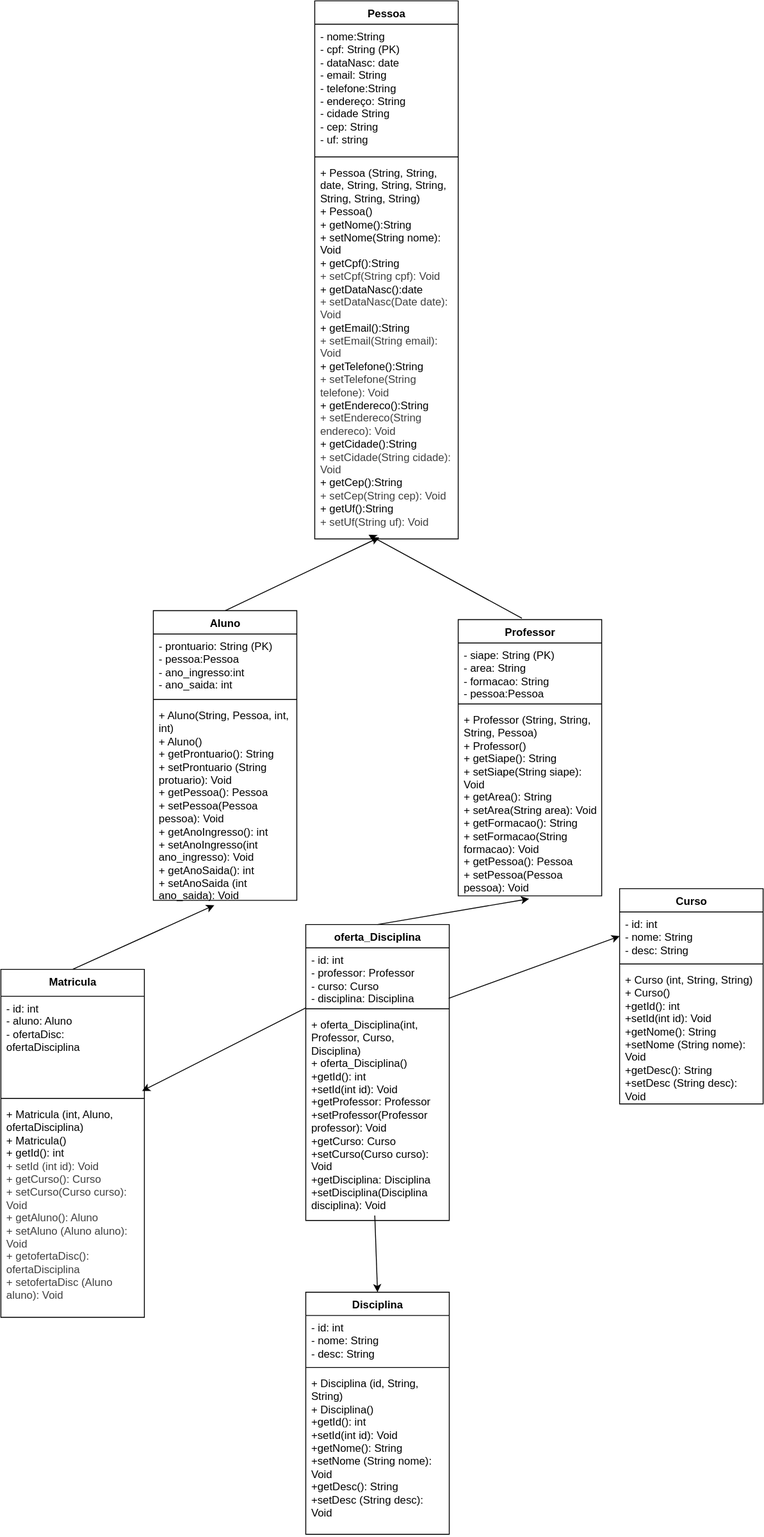
The draw.io diagram ProjetoWEB.svg in jumoonlight/faculdadeestrela, before a commit. Source tidied: cells renumbered, new cells last; positions are measured from the earlier drawing's top-left corner, leaving out a move shared by most shapes.
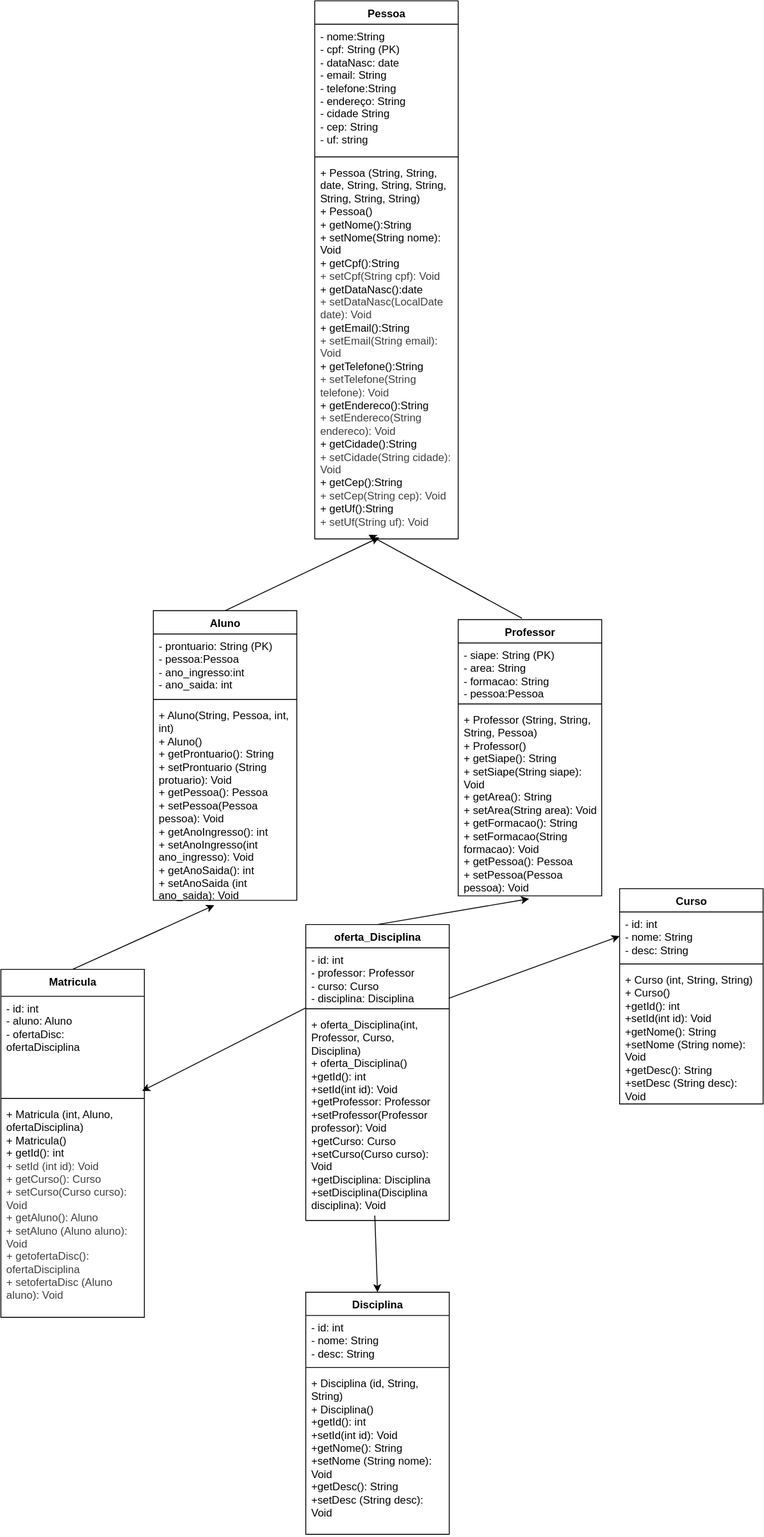
Later version of the same file.

The edit, as a diff of the source:
```diff
@@ -11,7 +11,7 @@
     <mxCell id="4" style="line;strokeWidth=1;fillColor=none;align=left;verticalAlign=middle;spacingTop=-1;spacingLeft=3;spacingRight=3;labelPosition=right;strokeColor=inherit;" parent="2" vertex="1">
       <mxGeometry y="170" width="160" height="8" as="geometry" />
     </mxCell>
-    <mxCell id="5" value="&lt;div&gt;+ Pessoa (String, String, date, String, String, String, String, String, String)&lt;/div&gt;&lt;div&gt;+ Pessoa()&lt;/div&gt;+ getNome():String&amp;nbsp;&lt;div&gt;+ setNome(String nome): Void&lt;/div&gt;&lt;div&gt;&lt;span style=&quot;color: rgb(0, 0, 0);&quot;&gt;+ getCpf():String&amp;nbsp;&lt;/span&gt;&lt;div style=&quot;color: rgb(63, 63, 63); scrollbar-color: rgb(226, 226, 226) rgb(251, 251, 251);&quot;&gt;+ setCpf(String cpf): Void&lt;/div&gt;&lt;/div&gt;&lt;div style=&quot;color: rgb(63, 63, 63); scrollbar-color: rgb(226, 226, 226) rgb(251, 251, 251);&quot;&gt;&lt;span style=&quot;color: rgb(0, 0, 0);&quot;&gt;+ getDataNasc():date&amp;nbsp;&lt;/span&gt;&lt;div style=&quot;color: rgb(63, 63, 63); scrollbar-color: rgb(226, 226, 226) rgb(251, 251, 251);&quot;&gt;+ setDataNasc(Date date): Void&lt;/div&gt;&lt;div style=&quot;color: rgb(63, 63, 63); scrollbar-color: rgb(226, 226, 226) rgb(251, 251, 251);&quot;&gt;&lt;span style=&quot;color: rgb(0, 0, 0);&quot;&gt;+ getEmail():String&lt;/span&gt;&lt;div style=&quot;color: rgb(63, 63, 63); scrollbar-color: rgb(226, 226, 226) rgb(251, 251, 251);&quot;&gt;+ setEmail(String email): Void&lt;/div&gt;&lt;div style=&quot;color: rgb(63, 63, 63); scrollbar-color: rgb(226, 226, 226) rgb(251, 251, 251);&quot;&gt;&lt;span style=&quot;color: rgb(0, 0, 0);&quot;&gt;+ getTelefone():String&amp;nbsp;&lt;/span&gt;&lt;div style=&quot;color: rgb(63, 63, 63); scrollbar-color: rgb(226, 226, 226) rgb(251, 251, 251);&quot;&gt;+ setTelefone(String telefone): Void&lt;/div&gt;&lt;div style=&quot;color: rgb(63, 63, 63); scrollbar-color: rgb(226, 226, 226) rgb(251, 251, 251);&quot;&gt;&lt;span style=&quot;color: rgb(0, 0, 0);&quot;&gt;+ getEndereco():String&amp;nbsp;&lt;/span&gt;&lt;div style=&quot;color: rgb(63, 63, 63); scrollbar-color: rgb(226, 226, 226) rgb(251, 251, 251);&quot;&gt;+ setEndereco(String endereco): Void&lt;/div&gt;&lt;div style=&quot;color: rgb(63, 63, 63); scrollbar-color: rgb(226, 226, 226) rgb(251, 251, 251);&quot;&gt;&lt;span style=&quot;color: rgb(0, 0, 0);&quot;&gt;+ getCidade():String&amp;nbsp;&lt;/span&gt;&lt;div style=&quot;color: rgb(63, 63, 63); scrollbar-color: rgb(226, 226, 226) rgb(251, 251, 251);&quot;&gt;+ setCidade(String cidade): Void&lt;/div&gt;&lt;div style=&quot;color: rgb(63, 63, 63); scrollbar-color: rgb(226, 226, 226) rgb(251, 251, 251);&quot;&gt;&lt;span style=&quot;color: rgb(0, 0, 0);&quot;&gt;+ getCep():String&amp;nbsp;&lt;/span&gt;&lt;div style=&quot;color: rgb(63, 63, 63); scrollbar-color: rgb(226, 226, 226) rgb(251, 251, 251);&quot;&gt;+ setCep(String cep): Void&lt;/div&gt;&lt;div style=&quot;color: rgb(63, 63, 63); scrollbar-color: rgb(226, 226, 226) rgb(251, 251, 251);&quot;&gt;&lt;span style=&quot;color: rgb(0, 0, 0);&quot;&gt;+ getUf():String&amp;nbsp;&lt;/span&gt;&lt;div style=&quot;color: rgb(63, 63, 63); scrollbar-color: rgb(226, 226, 226) rgb(251, 251, 251);&quot;&gt;+ setUf(String uf): Void&lt;/div&gt;&lt;div style=&quot;color: rgb(63, 63, 63); scrollbar-color: rgb(226, 226, 226) rgb(251, 251, 251);&quot;&gt;&lt;br&gt;&lt;/div&gt;&lt;/div&gt;&lt;div style=&quot;color: rgb(63, 63, 63); scrollbar-color: rgb(226, 226, 226) rgb(251, 251, 251);&quot;&gt;&lt;br&gt;&lt;/div&gt;&lt;/div&gt;&lt;/div&gt;&lt;div style=&quot;color: rgb(63, 63, 63); scrollbar-color: rgb(226, 226, 226) rgb(251, 251, 251);&quot;&gt;&lt;br&gt;&lt;/div&gt;&lt;/div&gt;&lt;div style=&quot;color: rgb(63, 63, 63); scrollbar-color: rgb(226, 226, 226) rgb(251, 251, 251);&quot;&gt;&lt;br&gt;&lt;/div&gt;&lt;/div&gt;&lt;/div&gt;&lt;/div&gt;" style="text;strokeColor=none;fillColor=none;align=left;verticalAlign=top;spacingLeft=4;spacingRight=4;overflow=hidden;points=[[0,0.5],[1,0.5]];portConstraint=eastwest;whiteSpace=wrap;html=1;" parent="2" vertex="1">
+    <mxCell id="5" value="&lt;div&gt;+ Pessoa (String, String, date, String, String, String, String, String, String)&lt;/div&gt;&lt;div&gt;+ Pessoa()&lt;/div&gt;+ getNome():String&amp;nbsp;&lt;div&gt;+ setNome(String nome): Void&lt;/div&gt;&lt;div&gt;&lt;span style=&quot;color: rgb(0, 0, 0);&quot;&gt;+ getCpf():String&amp;nbsp;&lt;/span&gt;&lt;div style=&quot;color: rgb(63, 63, 63); scrollbar-color: rgb(226, 226, 226) rgb(251, 251, 251);&quot;&gt;+ setCpf(String cpf): Void&lt;/div&gt;&lt;/div&gt;&lt;div style=&quot;color: rgb(63, 63, 63); scrollbar-color: rgb(226, 226, 226) rgb(251, 251, 251);&quot;&gt;&lt;span style=&quot;color: rgb(0, 0, 0);&quot;&gt;+ getDataNasc():date&amp;nbsp;&lt;/span&gt;&lt;div style=&quot;color: rgb(63, 63, 63); scrollbar-color: rgb(226, 226, 226) rgb(251, 251, 251);&quot;&gt;+ setDataNasc(LocalDate date): Void&lt;/div&gt;&lt;div style=&quot;color: rgb(63, 63, 63); scrollbar-color: rgb(226, 226, 226) rgb(251, 251, 251);&quot;&gt;&lt;span style=&quot;color: rgb(0, 0, 0);&quot;&gt;+ getEmail():String&lt;/span&gt;&lt;div style=&quot;color: rgb(63, 63, 63); scrollbar-color: rgb(226, 226, 226) rgb(251, 251, 251);&quot;&gt;+ setEmail(String email): Void&lt;/div&gt;&lt;div style=&quot;color: rgb(63, 63, 63); scrollbar-color: rgb(226, 226, 226) rgb(251, 251, 251);&quot;&gt;&lt;span style=&quot;color: rgb(0, 0, 0);&quot;&gt;+ getTelefone():String&amp;nbsp;&lt;/span&gt;&lt;div style=&quot;color: rgb(63, 63, 63); scrollbar-color: rgb(226, 226, 226) rgb(251, 251, 251);&quot;&gt;+ setTelefone(String telefone): Void&lt;/div&gt;&lt;div style=&quot;color: rgb(63, 63, 63); scrollbar-color: rgb(226, 226, 226) rgb(251, 251, 251);&quot;&gt;&lt;span style=&quot;color: rgb(0, 0, 0);&quot;&gt;+ getEndereco():String&amp;nbsp;&lt;/span&gt;&lt;div style=&quot;color: rgb(63, 63, 63); scrollbar-color: rgb(226, 226, 226) rgb(251, 251, 251);&quot;&gt;+ setEndereco(String endereco): Void&lt;/div&gt;&lt;div style=&quot;color: rgb(63, 63, 63); scrollbar-color: rgb(226, 226, 226) rgb(251, 251, 251);&quot;&gt;&lt;span style=&quot;color: rgb(0, 0, 0);&quot;&gt;+ getCidade():String&amp;nbsp;&lt;/span&gt;&lt;div style=&quot;color: rgb(63, 63, 63); scrollbar-color: rgb(226, 226, 226) rgb(251, 251, 251);&quot;&gt;+ setCidade(String cidade): Void&lt;/div&gt;&lt;div style=&quot;color: rgb(63, 63, 63); scrollbar-color: rgb(226, 226, 226) rgb(251, 251, 251);&quot;&gt;&lt;span style=&quot;color: rgb(0, 0, 0);&quot;&gt;+ getCep():String&amp;nbsp;&lt;/span&gt;&lt;div style=&quot;color: rgb(63, 63, 63); scrollbar-color: rgb(226, 226, 226) rgb(251, 251, 251);&quot;&gt;+ setCep(String cep): Void&lt;/div&gt;&lt;div style=&quot;color: rgb(63, 63, 63); scrollbar-color: rgb(226, 226, 226) rgb(251, 251, 251);&quot;&gt;&lt;span style=&quot;color: rgb(0, 0, 0);&quot;&gt;+ getUf():String&amp;nbsp;&lt;/span&gt;&lt;div style=&quot;color: rgb(63, 63, 63); scrollbar-color: rgb(226, 226, 226) rgb(251, 251, 251);&quot;&gt;+ setUf(String uf): Void&lt;/div&gt;&lt;div style=&quot;color: rgb(63, 63, 63); scrollbar-color: rgb(226, 226, 226) rgb(251, 251, 251);&quot;&gt;&lt;br&gt;&lt;/div&gt;&lt;/div&gt;&lt;div style=&quot;color: rgb(63, 63, 63); scrollbar-color: rgb(226, 226, 226) rgb(251, 251, 251);&quot;&gt;&lt;br&gt;&lt;/div&gt;&lt;/div&gt;&lt;/div&gt;&lt;div style=&quot;color: rgb(63, 63, 63); scrollbar-color: rgb(226, 226, 226) rgb(251, 251, 251);&quot;&gt;&lt;br&gt;&lt;/div&gt;&lt;/div&gt;&lt;div style=&quot;color: rgb(63, 63, 63); scrollbar-color: rgb(226, 226, 226) rgb(251, 251, 251);&quot;&gt;&lt;br&gt;&lt;/div&gt;&lt;/div&gt;&lt;/div&gt;&lt;/div&gt;" style="text;strokeColor=none;fillColor=none;align=left;verticalAlign=top;spacingLeft=4;spacingRight=4;overflow=hidden;points=[[0,0.5],[1,0.5]];portConstraint=eastwest;whiteSpace=wrap;html=1;" parent="2" vertex="1">
       <mxGeometry y="178" width="160" height="422" as="geometry" />
     </mxCell>
     <mxCell id="6" style="endArrow=classic;html=1;entryX=0.45;entryY=0.996;entryDx=0;entryDy=0;entryPerimeter=0;exitX=0.5;exitY=0;exitDx=0;exitDy=0;" parent="1" edge="1" source="7" target="5">
```
